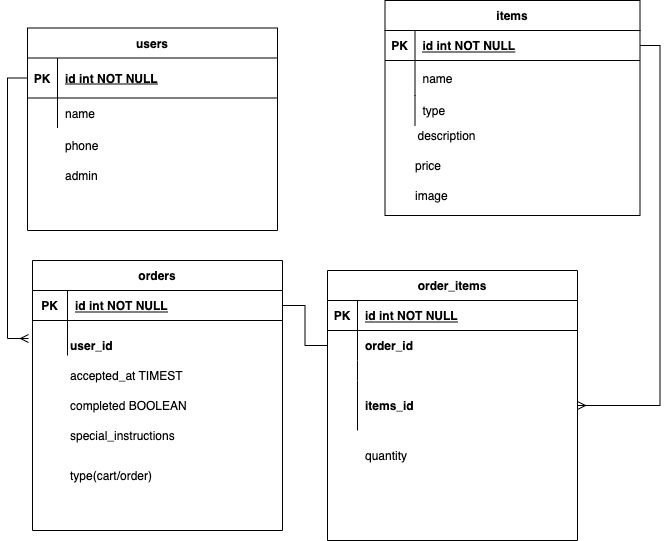
The draw.io diagram feedme_erd_V.png in nikaffa/FeedMe, before a commit. Source tidied: cells renumbered, new cells last; positions are measured from the earlier drawing's top-left corner, leaving out a move shared by most shapes.
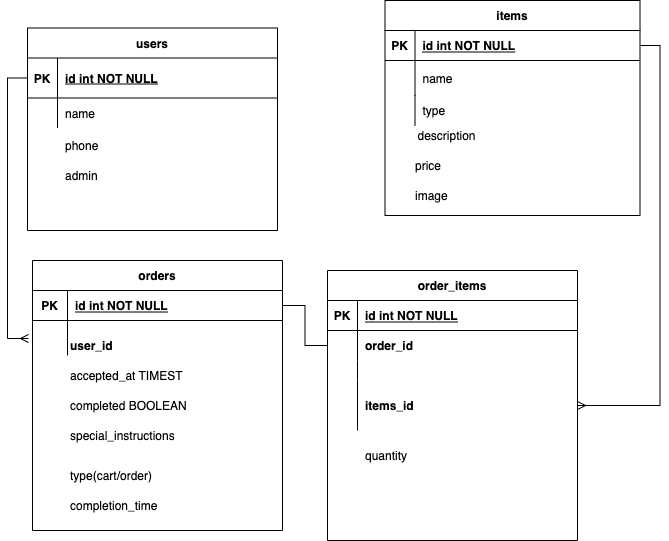
The same file after the commit.

The edit, as a diff of the source:
```diff
@@ -177,5 +177,8 @@
     <mxCell id="57" style="edgeStyle=orthogonalEdgeStyle;rounded=0;jettySize=auto;html=1;startArrow=none;startFill=0;endArrow=none;endFill=0;exitX=1;exitY=0.5;exitDx=0;exitDy=0;entryX=0;entryY=0.5;entryDx=0;entryDy=0;" parent="1" edge="1" source="43" target="32">
       <mxGeometry relative="1" as="geometry" />
     </mxCell>
+    <mxCell id="58" value="completion_time" style="shape=partialRectangle;overflow=hidden;fillColor=none;top=0;left=0;bottom=0;right=0;align=left;spacingLeft=6;" parent="1" vertex="1">
+      <mxGeometry x="55" y="490" width="220" height="30" as="geometry" />
+    </mxCell>
   </root>
 </mxGraphModel>
```
